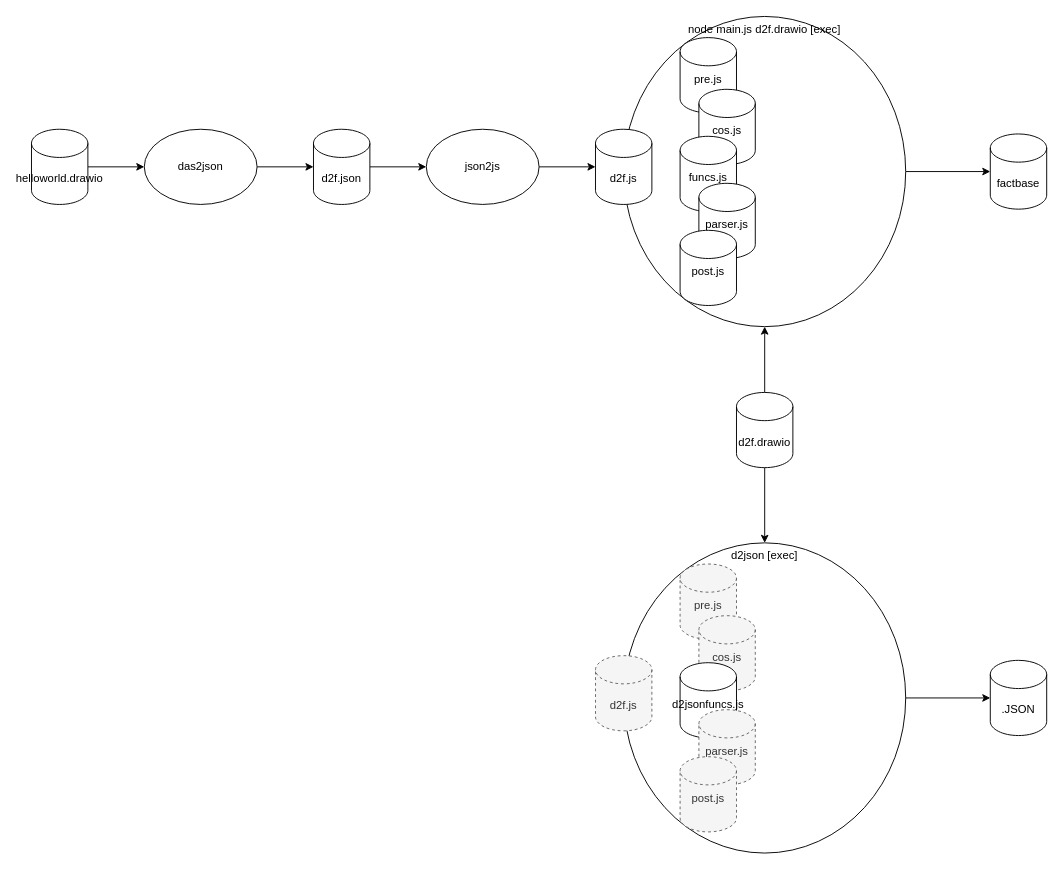
guitarvydas/bootstrap keeps this draw.io diagram as transpileREADME.drawio. Above is the earlier version. Source tidied: cells renumbered, new cells numbered last; positions are measured from the earlier drawing's top-left corner, leaving out a move shared by most shapes. Both pictures are drawn from the tidied source at 94%, with x=0, y=0 at pixel (31, 16).
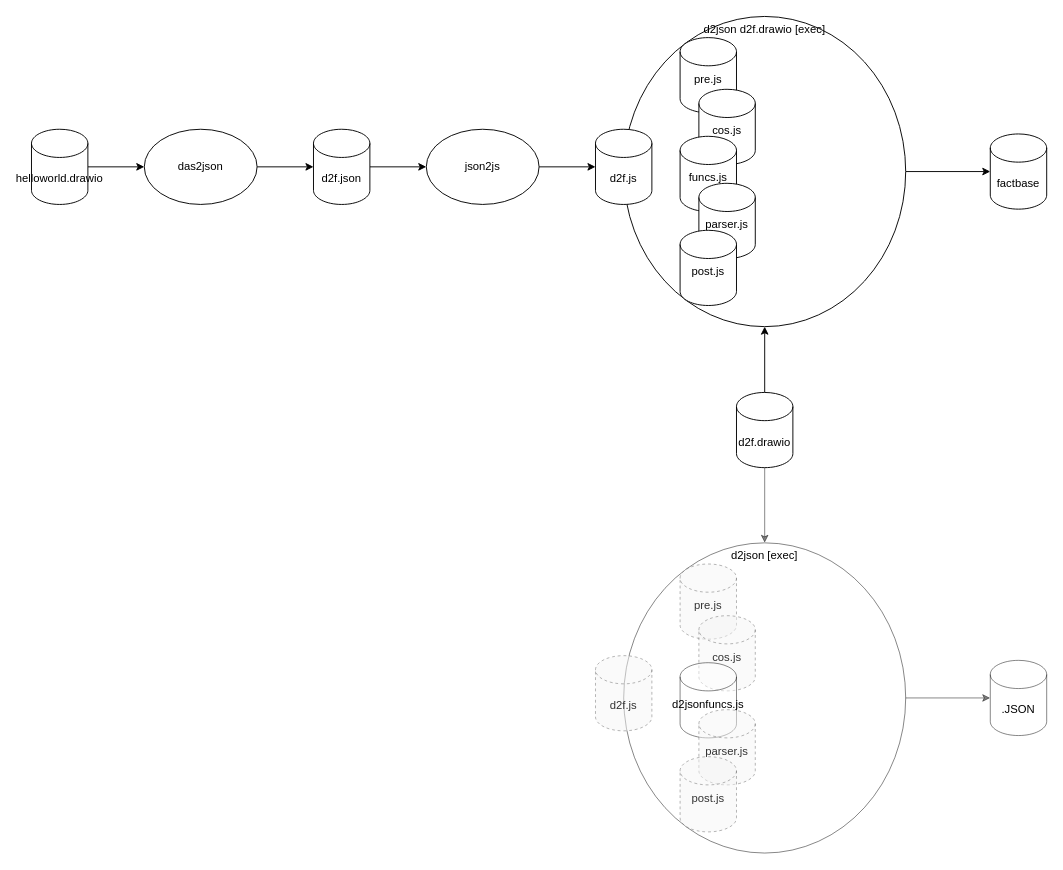
The same diagram, later.

Unchanged cells that the change refers to:
```xml
<mxCell id="20" value="d2f.drawio" style="shape=cylinder3;whiteSpace=wrap;html=1;boundedLbl=1;backgroundOutline=1;size=15;" parent="1" vertex="1">
  <mxGeometry x="750" y="400" width="60" height="80" as="geometry" />
</mxCell>
```

Change to the diagram source:
```diff
@@
-    <mxCell id="3" value="node main.js d2f.drawio [exec]" style="ellipse;whiteSpace=wrap;html=1;verticalAlign=top;" parent="1" vertex="1">
+    <mxCell id="3" value="d2json d2f.drawio [exec]" style="ellipse;whiteSpace=wrap;html=1;verticalAlign=top;" parent="1" vertex="1">
       <mxGeometry x="630" width="300" height="330" as="geometry" />
     </mxCell>
@@
-    <mxCell id="19" style="edgeStyle=orthogonalEdgeStyle;rounded=0;jettySize=auto;html=1;exitX=0.5;exitY=1;exitDx=0;exitDy=0;exitPerimeter=0;entryX=0.5;entryY=0;entryDx=0;entryDy=0;" parent="1" edge="1" source="20" target="23">
+    <mxCell id="19" style="edgeStyle=orthogonalEdgeStyle;rounded=0;jettySize=auto;html=1;exitX=0.5;exitY=1;exitDx=0;exitDy=0;exitPerimeter=0;entryX=0.5;entryY=0;entryDx=0;entryDy=0;opacity=50;" parent="1" edge="1" source="20" target="23">
       <mxGeometry relative="1" as="geometry" />
     </mxCell>
@@
-    <mxCell id="22" style="edgeStyle=orthogonalEdgeStyle;rounded=0;jettySize=auto;html=1;exitX=1;exitY=0.5;exitDx=0;exitDy=0;entryX=0;entryY=0.5;entryDx=0;entryDy=0;entryPerimeter=0;" parent="1" edge="1" source="23" target="30">
+    <mxCell id="22" style="edgeStyle=orthogonalEdgeStyle;rounded=0;jettySize=auto;html=1;exitX=1;exitY=0.5;exitDx=0;exitDy=0;entryX=0;entryY=0.5;entryDx=0;entryDy=0;entryPerimeter=0;opacity=50;" parent="1" edge="1" source="23" target="30">
       <mxGeometry relative="1" as="geometry" />
     </mxCell>
-    <mxCell id="23" value="d2json [exec]" style="ellipse;whiteSpace=wrap;html=1;verticalAlign=top;" parent="1" vertex="1">
+    <mxCell id="23" value="d2json [exec]" style="ellipse;whiteSpace=wrap;html=1;verticalAlign=top;opacity=50;" parent="1" vertex="1">
       <mxGeometry x="630" y="560" width="300" height="330" as="geometry" />
     </mxCell>
-    <mxCell id="24" value="d2f.js" style="shape=cylinder3;whiteSpace=wrap;html=1;boundedLbl=1;backgroundOutline=1;size=15;dashed=1;fillColor=#f5f5f5;strokeColor=#666666;fontColor=#333333;" parent="1" vertex="1">
+    <mxCell id="24" value="d2f.js" style="shape=cylinder3;whiteSpace=wrap;html=1;boundedLbl=1;backgroundOutline=1;size=15;dashed=1;fillColor=#f5f5f5;strokeColor=#666666;fontColor=#333333;opacity=50;" parent="1" vertex="1">
       <mxGeometry x="600" y="680" width="60" height="80" as="geometry" />
     </mxCell>
-    <mxCell id="25" value="pre.js" style="shape=cylinder3;whiteSpace=wrap;html=1;boundedLbl=1;backgroundOutline=1;size=15;verticalAlign=top;fillColor=#f5f5f5;strokeColor=#666666;fontColor=#333333;dashed=1;" parent="1" vertex="1">
+    <mxCell id="25" value="pre.js" style="shape=cylinder3;whiteSpace=wrap;html=1;boundedLbl=1;backgroundOutline=1;size=15;verticalAlign=top;fillColor=#f5f5f5;strokeColor=#666666;fontColor=#333333;dashed=1;opacity=50;" parent="1" vertex="1">
       <mxGeometry x="690" y="582.5" width="60" height="80" as="geometry" />
     </mxCell>
-    <mxCell id="26" value="cos.js" style="shape=cylinder3;whiteSpace=wrap;html=1;boundedLbl=1;backgroundOutline=1;size=15;verticalAlign=top;fillColor=#f5f5f5;strokeColor=#666666;fontColor=#333333;dashed=1;" parent="1" vertex="1">
+    <mxCell id="26" value="cos.js" style="shape=cylinder3;whiteSpace=wrap;html=1;boundedLbl=1;backgroundOutline=1;size=15;verticalAlign=top;fillColor=#f5f5f5;strokeColor=#666666;fontColor=#333333;dashed=1;opacity=50;" parent="1" vertex="1">
       <mxGeometry x="710" y="637.5" width="60" height="80" as="geometry" />
     </mxCell>
-    <mxCell id="27" value="d2jsonfuncs.js" style="shape=cylinder3;whiteSpace=wrap;html=1;boundedLbl=1;backgroundOutline=1;size=15;verticalAlign=top;" parent="1" vertex="1">
+    <mxCell id="27" value="d2jsonfuncs.js" style="shape=cylinder3;whiteSpace=wrap;html=1;boundedLbl=1;backgroundOutline=1;size=15;verticalAlign=top;opacity=50;" parent="1" vertex="1">
       <mxGeometry x="690" y="687.5" width="60" height="80" as="geometry" />
     </mxCell>
-    <mxCell id="28" value="parser.js" style="shape=cylinder3;whiteSpace=wrap;html=1;boundedLbl=1;backgroundOutline=1;size=15;verticalAlign=top;fillColor=#f5f5f5;strokeColor=#666666;fontColor=#333333;dashed=1;" parent="1" vertex="1">
+    <mxCell id="28" value="parser.js" style="shape=cylinder3;whiteSpace=wrap;html=1;boundedLbl=1;backgroundOutline=1;size=15;verticalAlign=top;fillColor=#f5f5f5;strokeColor=#666666;fontColor=#333333;dashed=1;opacity=50;" parent="1" vertex="1">
       <mxGeometry x="710" y="737.5" width="60" height="80" as="geometry" />
     </mxCell>
-    <mxCell id="29" value="post.js" style="shape=cylinder3;whiteSpace=wrap;html=1;boundedLbl=1;backgroundOutline=1;size=15;verticalAlign=top;fillColor=#f5f5f5;strokeColor=#666666;fontColor=#333333;dashed=1;" parent="1" vertex="1">
+    <mxCell id="29" value="post.js" style="shape=cylinder3;whiteSpace=wrap;html=1;boundedLbl=1;backgroundOutline=1;size=15;verticalAlign=top;fillColor=#f5f5f5;strokeColor=#666666;fontColor=#333333;dashed=1;opacity=50;" parent="1" vertex="1">
       <mxGeometry x="690" y="787.5" width="60" height="80" as="geometry" />
     </mxCell>
-    <mxCell id="30" value=".JSON" style="shape=cylinder3;whiteSpace=wrap;html=1;boundedLbl=1;backgroundOutline=1;size=15;" parent="1" vertex="1">
+    <mxCell id="30" value=".JSON" style="shape=cylinder3;whiteSpace=wrap;html=1;boundedLbl=1;backgroundOutline=1;size=15;opacity=50;" parent="1" vertex="1">
       <mxGeometry x="1020" y="685" width="60" height="80" as="geometry" />
     </mxCell>
```
